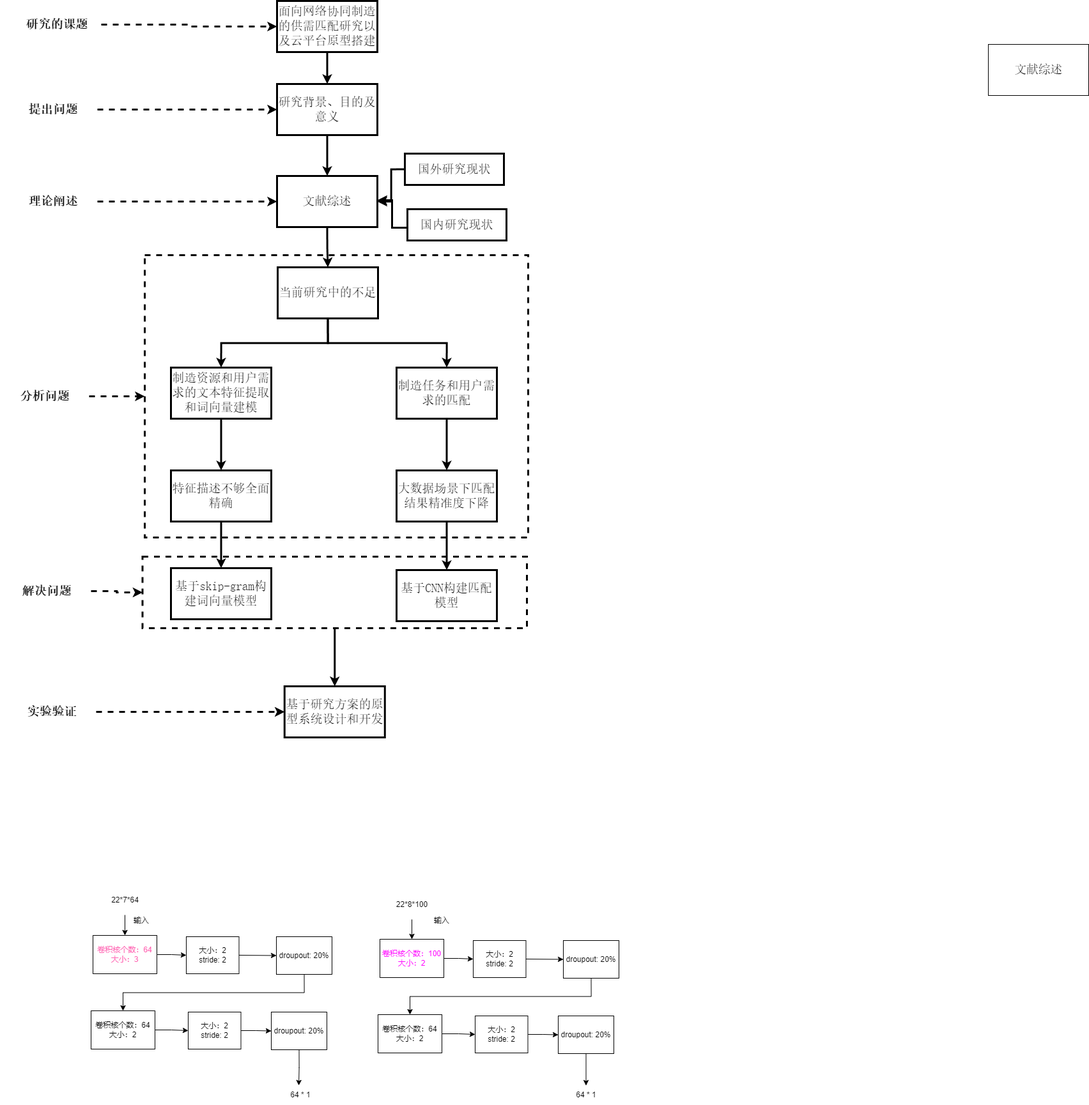
The draw.io diagram 实验室/供需匹配/技术路线.drawio.png in SixPlusAndTimes/drawio, before a commit. Source tidied: cells renumbered, new cells last; positions are measured from the earlier drawing's top-left corner, leaving out a move shared by most shapes.
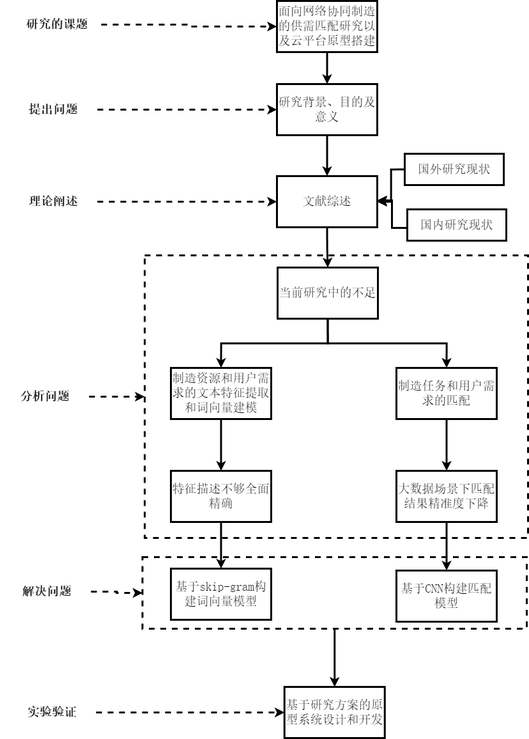
Later version of the same file.

Commit message:
更新技术路线.drawio.png

The edit, as a diff of the source:
```diff
@@ -35,9 +35,6 @@
     <mxCell id="12" value="&lt;span style=&quot;font-size: 19px;&quot;&gt;&lt;font face=&quot;宋体&quot; style=&quot;font-size: 19px;&quot;&gt;国外研究现状&lt;/font&gt;&lt;/span&gt;" style="rounded=0;whiteSpace=wrap;html=1;strokeWidth=3;fontSize=19;" parent="1" vertex="1">
       <mxGeometry x="632" y="239" width="155" height="49" as="geometry" />
     </mxCell>
-    <mxCell id="13" value="&lt;span style=&quot;font-size: 14pt;&quot;&gt;&lt;font face=&quot;宋体&quot;&gt;文献综述&lt;/font&gt;&lt;/span&gt;" style="rounded=0;whiteSpace=wrap;html=1;" parent="1" vertex="1">
-      <mxGeometry x="1545" y="68" width="157" height="80" as="geometry" />
-    </mxCell>
     <mxCell id="14" style="edgeStyle=orthogonalEdgeStyle;rounded=0;jettySize=auto;html=1;exitX=0;exitY=0.5;exitDx=0;exitDy=0;strokeWidth=3;fontSize=19;" parent="1" edge="1" source="15" target="10">
       <mxGeometry relative="1" as="geometry">
         <Array as="points">
@@ -127,103 +124,5 @@
     <mxCell id="41" value="&lt;span style=&quot;font-family: 宋体; font-size: 19px;&quot;&gt;&lt;b&gt;实验验证&lt;/b&gt;&lt;/span&gt;" style="text;html=1;strokeColor=none;fillColor=none;align=center;verticalAlign=middle;whiteSpace=wrap;rounded=0;dashed=1;strokeWidth=3;fontSize=19;" parent="1" vertex="1">
       <mxGeometry x="11" y="1082" width="138" height="62" as="geometry" />
     </mxCell>
-    <mxCell id="42" style="edgeStyle=orthogonalEdgeStyle;rounded=0;jettySize=auto;html=1;exitX=1;exitY=0.5;exitDx=0;exitDy=0;" parent="1" edge="1" source="43" target="45">
-      <mxGeometry relative="1" as="geometry" />
-    </mxCell>
-    <mxCell id="43" value="&lt;font color=&quot;#ff66b3&quot;&gt;卷积核个数：64&lt;br&gt;大小：3&lt;/font&gt;" style="rounded=0;whiteSpace=wrap;html=1;" parent="1" vertex="1">
-      <mxGeometry x="144" y="1463" width="100" height="60" as="geometry" />
-    </mxCell>
-    <mxCell id="44" style="rounded=0;jettySize=auto;html=1;exitX=1;exitY=0.5;exitDx=0;exitDy=0;entryX=0;entryY=0.5;entryDx=0;entryDy=0;" parent="1" edge="1" source="45" target="47">
-      <mxGeometry relative="1" as="geometry" />
-    </mxCell>
-    <mxCell id="45" value="大小：2&lt;br&gt;stride: 2" style="rounded=0;whiteSpace=wrap;html=1;" parent="1" vertex="1">
-      <mxGeometry x="290" y="1465" width="82.5" height="58" as="geometry" />
-    </mxCell>
-    <mxCell id="46" style="edgeStyle=orthogonalEdgeStyle;rounded=0;jettySize=auto;html=1;exitX=0.5;exitY=1;exitDx=0;exitDy=0;entryX=0.5;entryY=0;entryDx=0;entryDy=0;" parent="1" edge="1" source="47" target="49">
-      <mxGeometry relative="1" as="geometry" />
-    </mxCell>
-    <mxCell id="47" value="droupout: 20%" style="rounded=0;whiteSpace=wrap;html=1;" parent="1" vertex="1">
-      <mxGeometry x="431" y="1465" width="87" height="59" as="geometry" />
-    </mxCell>
-    <mxCell id="48" style="edgeStyle=orthogonalEdgeStyle;rounded=0;jettySize=auto;html=1;exitX=1;exitY=0.5;exitDx=0;exitDy=0;" parent="1" edge="1" source="49" target="51">
-      <mxGeometry relative="1" as="geometry" />
-    </mxCell>
-    <mxCell id="49" value="卷积核个数：64&lt;br&gt;大小：2" style="rounded=0;whiteSpace=wrap;html=1;" parent="1" vertex="1">
-      <mxGeometry x="141" y="1581" width="100" height="60" as="geometry" />
-    </mxCell>
-    <mxCell id="50" style="edgeStyle=orthogonalEdgeStyle;rounded=0;jettySize=auto;html=1;exitX=1;exitY=0.5;exitDx=0;exitDy=0;" parent="1" edge="1" source="51" target="53">
-      <mxGeometry relative="1" as="geometry" />
-    </mxCell>
-    <mxCell id="51" value="大小：2&lt;br&gt;stride: 2" style="rounded=0;whiteSpace=wrap;html=1;" parent="1" vertex="1">
-      <mxGeometry x="293" y="1583" width="82.5" height="58" as="geometry" />
-    </mxCell>
-    <mxCell id="52" style="edgeStyle=orthogonalEdgeStyle;rounded=0;jettySize=auto;html=1;exitX=0.5;exitY=1;exitDx=0;exitDy=0;fontColor=#000000;" parent="1" edge="1" source="53">
-      <mxGeometry relative="1" as="geometry">
-        <mxPoint x="466" y="1697.8" as="targetPoint" />
-      </mxGeometry>
-    </mxCell>
-    <mxCell id="53" value="droupout: 20%" style="rounded=0;whiteSpace=wrap;html=1;" parent="1" vertex="1">
-      <mxGeometry x="423" y="1583" width="87" height="59" as="geometry" />
-    </mxCell>
-    <mxCell id="54" style="edgeStyle=orthogonalEdgeStyle;rounded=0;jettySize=auto;html=1;exitX=1;exitY=0.5;exitDx=0;exitDy=0;" parent="1" edge="1" source="55" target="57">
-      <mxGeometry relative="1" as="geometry" />
-    </mxCell>
-    <mxCell id="55" value="&lt;font color=&quot;#ff00ff&quot;&gt;卷积核个数：100&lt;br&gt;大小：2&lt;/font&gt;" style="rounded=0;whiteSpace=wrap;html=1;" parent="1" vertex="1">
-      <mxGeometry x="593" y="1469" width="100" height="60" as="geometry" />
-    </mxCell>
-    <mxCell id="56" style="rounded=0;jettySize=auto;html=1;exitX=1;exitY=0.5;exitDx=0;exitDy=0;entryX=0;entryY=0.5;entryDx=0;entryDy=0;" parent="1" edge="1" source="57" target="59">
-      <mxGeometry relative="1" as="geometry" />
-    </mxCell>
-    <mxCell id="57" value="大小：2&lt;br&gt;stride: 2" style="rounded=0;whiteSpace=wrap;html=1;" parent="1" vertex="1">
-      <mxGeometry x="739" y="1471" width="82.5" height="58" as="geometry" />
-    </mxCell>
-    <mxCell id="58" style="edgeStyle=orthogonalEdgeStyle;rounded=0;jettySize=auto;html=1;exitX=0.5;exitY=1;exitDx=0;exitDy=0;entryX=0.5;entryY=0;entryDx=0;entryDy=0;" parent="1" edge="1" source="59" target="61">
-      <mxGeometry relative="1" as="geometry" />
-    </mxCell>
-    <mxCell id="59" value="droupout: 20%" style="rounded=0;whiteSpace=wrap;html=1;" parent="1" vertex="1">
-      <mxGeometry x="880" y="1471" width="87" height="59" as="geometry" />
-    </mxCell>
-    <mxCell id="60" style="edgeStyle=orthogonalEdgeStyle;rounded=0;jettySize=auto;html=1;exitX=1;exitY=0.5;exitDx=0;exitDy=0;" parent="1" edge="1" source="61" target="63">
-      <mxGeometry relative="1" as="geometry" />
-    </mxCell>
-    <mxCell id="61" value="卷积核个数：64&lt;br&gt;大小：2" style="rounded=0;whiteSpace=wrap;html=1;" parent="1" vertex="1">
-      <mxGeometry x="590" y="1587" width="100" height="60" as="geometry" />
-    </mxCell>
-    <mxCell id="62" style="edgeStyle=orthogonalEdgeStyle;rounded=0;jettySize=auto;html=1;exitX=1;exitY=0.5;exitDx=0;exitDy=0;" parent="1" edge="1" source="63" target="65">
-      <mxGeometry relative="1" as="geometry" />
-    </mxCell>
-    <mxCell id="63" value="大小：2&lt;br&gt;stride: 2" style="rounded=0;whiteSpace=wrap;html=1;" parent="1" vertex="1">
-      <mxGeometry x="742" y="1589" width="82.5" height="58" as="geometry" />
-    </mxCell>
-    <mxCell id="64" style="edgeStyle=orthogonalEdgeStyle;rounded=0;jettySize=auto;html=1;exitX=0.5;exitY=1;exitDx=0;exitDy=0;fontColor=#000000;" parent="1" edge="1" source="65" target="73">
-      <mxGeometry relative="1" as="geometry" />
-    </mxCell>
-    <mxCell id="65" value="droupout: 20%" style="rounded=0;whiteSpace=wrap;html=1;" parent="1" vertex="1">
-      <mxGeometry x="872" y="1589" width="87" height="59" as="geometry" />
-    </mxCell>
-    <mxCell id="66" style="edgeStyle=orthogonalEdgeStyle;rounded=0;jettySize=auto;html=1;exitX=0.5;exitY=1;exitDx=0;exitDy=0;entryX=0.5;entryY=0;entryDx=0;entryDy=0;fontColor=#000000;" parent="1" edge="1" source="67" target="43">
-      <mxGeometry relative="1" as="geometry" />
-    </mxCell>
-    <mxCell id="67" value="&lt;font color=&quot;#000000&quot;&gt;22*7*64&lt;/font&gt;" style="text;html=1;strokeColor=none;fillColor=none;align=center;verticalAlign=middle;whiteSpace=wrap;rounded=0;fontColor=#FF66B3;" parent="1" vertex="1">
-      <mxGeometry x="135.5" y="1384" width="117" height="47" as="geometry" />
-    </mxCell>
-    <mxCell id="68" style="edgeStyle=orthogonalEdgeStyle;rounded=0;jettySize=auto;html=1;exitX=0.5;exitY=1;exitDx=0;exitDy=0;fontColor=#000000;" parent="1" edge="1" source="69" target="55">
-      <mxGeometry relative="1" as="geometry" />
-    </mxCell>
-    <mxCell id="69" value="&lt;font color=&quot;#000000&quot;&gt;22*8*100&lt;/font&gt;" style="text;html=1;strokeColor=none;fillColor=none;align=center;verticalAlign=middle;whiteSpace=wrap;rounded=0;fontColor=#FF66B3;" parent="1" vertex="1">
-      <mxGeometry x="584.5" y="1391" width="117" height="47" as="geometry" />
-    </mxCell>
-    <mxCell id="70" value="输入" style="text;html=1;strokeColor=none;fillColor=none;align=center;verticalAlign=middle;whiteSpace=wrap;rounded=0;fontColor=#000000;" parent="1" vertex="1">
-      <mxGeometry x="189.5" y="1425" width="60" height="30" as="geometry" />
-    </mxCell>
-    <mxCell id="71" value="输入" style="text;html=1;strokeColor=none;fillColor=none;align=center;verticalAlign=middle;whiteSpace=wrap;rounded=0;fontColor=#000000;" parent="1" vertex="1">
-      <mxGeometry x="660" y="1425" width="60" height="30" as="geometry" />
-    </mxCell>
-    <mxCell id="72" value="64 * 1" style="text;html=1;strokeColor=none;fillColor=none;align=center;verticalAlign=middle;whiteSpace=wrap;rounded=0;fontColor=#000000;" parent="1" vertex="1">
-      <mxGeometry x="439" y="1698" width="60" height="30" as="geometry" />
-    </mxCell>
-    <mxCell id="73" value="64 * 1" style="text;html=1;strokeColor=none;fillColor=none;align=center;verticalAlign=middle;whiteSpace=wrap;rounded=0;fontColor=#000000;" parent="1" vertex="1">
-      <mxGeometry x="885.5" y="1698" width="60" height="30" as="geometry" />
-    </mxCell>
   </root>
 </mxGraphModel>
```
